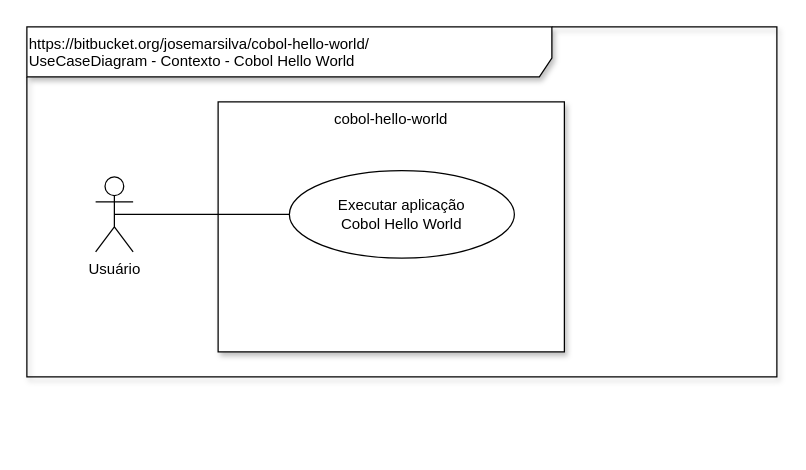
Before: doc/UseCaseDiagram-Context.drawio in josemarsilva/cobol-hello-world, a draw.io diagram. Source tidied: cells renumbered, new cells numbered last; positions are measured from the earlier drawing's top-left corner, leaving out a move shared by most shapes. Both pictures are drawn from the tidied source at 125%, with x=0, y=0 at pixel (26, 26).
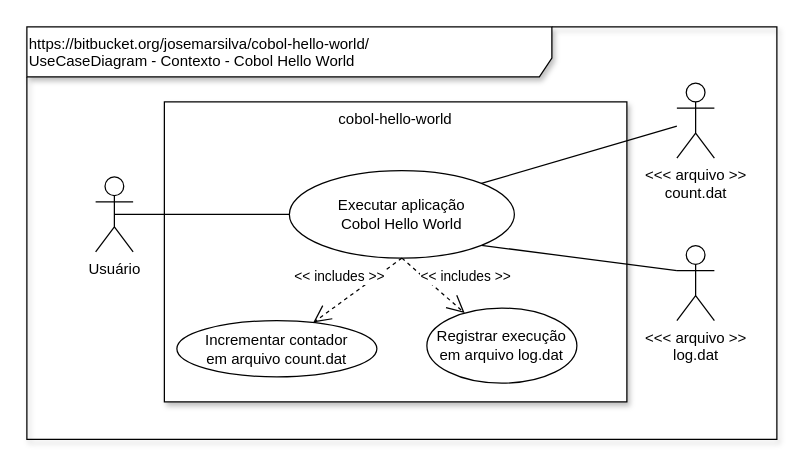
The same page after the edit.

The edit, as a diff of the source:
```diff
@@
 <mxGraphModel background="#ffffff">
   <root>
     <mxCell id="0" />
     <mxCell id="1" parent="0" />
     <mxCell id="2" value="https://bitbucket.org/josemarsilva/cobol-hello-world/&lt;br&gt;UseCaseDiagram - Contexto - Cobol Hello World&lt;br&gt;" style="shape=umlFrame;whiteSpace=wrap;html=1;width=420;height=40;shadow=1;align=left;verticalAlign=top;" parent="1" vertex="1">
-      <mxGeometry width="600" height="280" as="geometry" />
+      <mxGeometry width="600" height="330" as="geometry" />
     </mxCell>
     <mxCell id="3" value="cobol-hello-world" style="whiteSpace=wrap;html=1;shadow=1;verticalAlign=top;" parent="1" vertex="1">
-      <mxGeometry x="153" y="60" width="277" height="200" as="geometry" />
+      <mxGeometry x="110" y="60" width="370" height="240" as="geometry" />
     </mxCell>
     <mxCell id="4" value="Usuário" style="shape=umlActor;verticalLabelPosition=bottom;labelBackgroundColor=#ffffff;verticalAlign=top;html=1;" parent="1" vertex="1">
       <mxGeometry x="55" y="120" width="30" height="60" as="geometry" />
     </mxCell>
+    <mxCell id="7" style="edgeStyle=none;rounded=0;jettySize=auto;html=1;exitX=1;exitY=1;exitDx=0;exitDy=0;entryX=0;entryY=0.3333333333333333;entryDx=0;entryDy=0;entryPerimeter=0;endArrow=none;endFill=0;" parent="1" edge="1" source="5" target="10">
+      <mxGeometry relative="1" as="geometry" />
+    </mxCell>
     <mxCell id="5" value="Executar aplicação &lt;br&gt;Cobol Hello World" style="ellipse;whiteSpace=wrap;html=1;" parent="1" vertex="1">
       <mxGeometry x="210" y="115" width="180" height="70" as="geometry" />
     </mxCell>
     <mxCell id="6" style="endArrow=none;startArrow=none;endFill=0;startFill=0;html=1;entryX=0;entryY=0.5;exitX=0.5;exitY=0.5;exitPerimeter=0;entryDx=0;entryDy=0;" parent="1" edge="1" source="4" target="5">
       <mxGeometry relative="1" as="geometry" />
     </mxCell>
+    <mxCell id="8" style="rounded=0;jettySize=auto;html=1;entryX=1;entryY=0;entryDx=0;entryDy=0;endArrow=none;endFill=0;" parent="1" edge="1" source="9" target="5">
+      <mxGeometry relative="1" as="geometry" />
+    </mxCell>
+    <mxCell id="9" value="&amp;lt;&amp;lt;&amp;lt; arquivo &amp;gt;&amp;gt;&lt;br&gt;count.dat" style="shape=umlActor;verticalLabelPosition=bottom;labelBackgroundColor=#ffffff;verticalAlign=top;html=1;" parent="1" vertex="1">
+      <mxGeometry x="520" y="45" width="30" height="60" as="geometry" />
+    </mxCell>
+    <mxCell id="10" value="&amp;lt;&amp;lt;&amp;lt; arquivo &amp;gt;&amp;gt;&lt;br&gt;log.dat" style="shape=umlActor;verticalLabelPosition=bottom;labelBackgroundColor=#ffffff;verticalAlign=top;html=1;" parent="1" vertex="1">
+      <mxGeometry x="520" y="175" width="30" height="60" as="geometry" />
+    </mxCell>
+    <mxCell id="11" value="Incrementar contador&lt;br&gt;em arquivo count.dat" style="ellipse;whiteSpace=wrap;html=1;" parent="1" vertex="1">
+      <mxGeometry x="120" y="235" width="160" height="45" as="geometry" />
+    </mxCell>
+    <mxCell id="12" value="&amp;lt;&amp;lt; includes &amp;gt;&amp;gt;" style="endArrow=open;endSize=12;dashed=1;html=1;exitX=0.5;exitY=1;exitDx=0;exitDy=0;" parent="1" edge="1" source="5" target="11">
+      <mxGeometry x="0.12" y="-17" relative="1" as="geometry" />
+    </mxCell>
+    <mxCell id="13" value="Registrar execução em arquivo log.dat" style="ellipse;whiteSpace=wrap;html=1;" parent="1" vertex="1">
+      <mxGeometry x="320" y="225" width="120" height="60" as="geometry" />
+    </mxCell>
+    <mxCell id="14" value="&amp;lt;&amp;lt; includes &amp;gt;&amp;gt;" style="endArrow=open;endSize=12;dashed=1;html=1;exitX=0.5;exitY=1;exitDx=0;exitDy=0;" parent="1" edge="1" source="5" target="13">
+      <mxGeometry x="0.43" y="22" relative="1" as="geometry" />
+    </mxCell>
   </root>
 </mxGraphModel>
```
